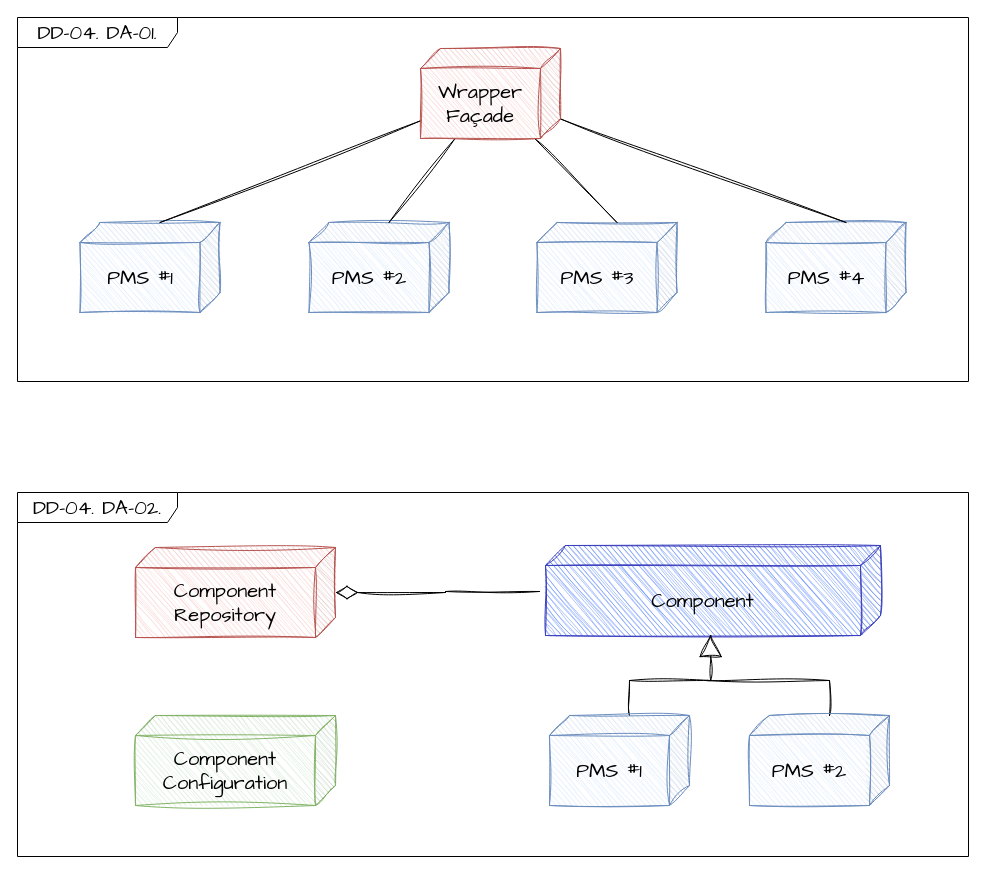
Before: DD/DD-04.drawio in coldmu/aa_exam, a draw.io diagram. Source tidied: cells renumbered, new cells numbered last; positions are measured from the earlier drawing's top-left corner, leaving out a move shared by most shapes. Both pictures are drawn from the tidied source at 100%, with x=0, y=0 at pixel (17, 17).
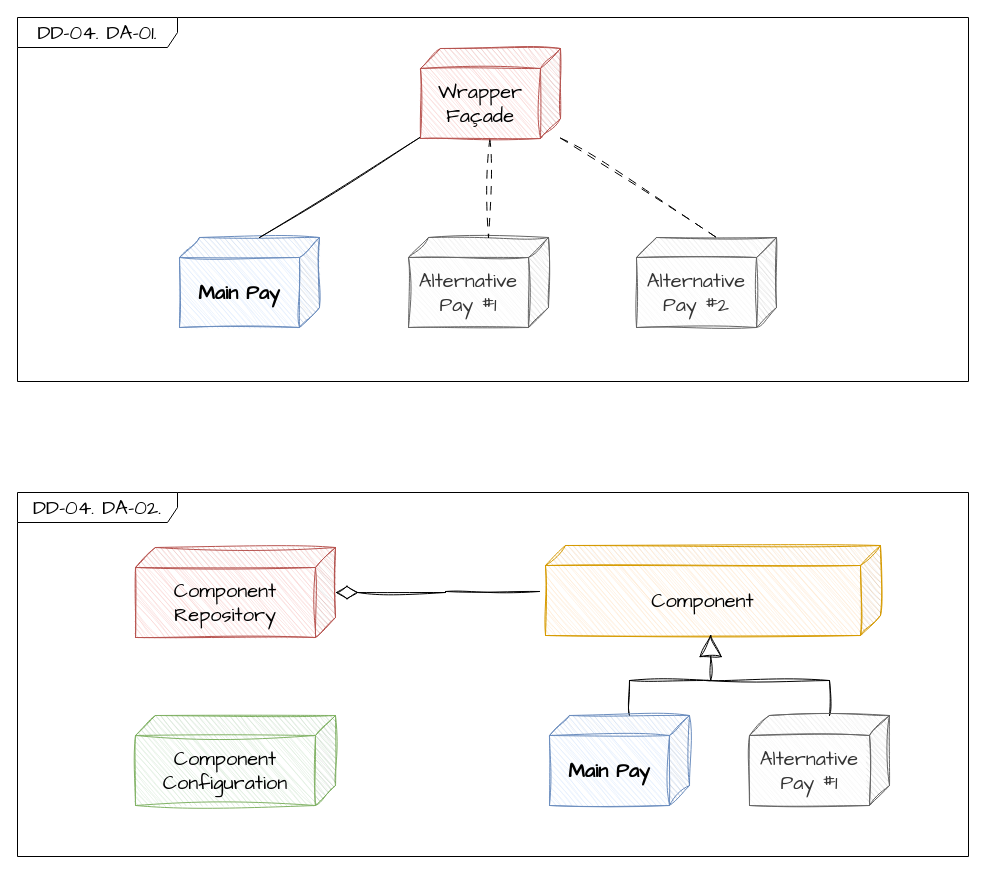
The same diagram, later.

The change refers to these unchanged cells:
```xml
<mxCell id="20" value="Wrapper&lt;br&gt;Façade" style="shape=cube;whiteSpace=wrap;html=1;boundedLbl=1;backgroundOutline=1;darkOpacity=0.05;darkOpacity2=0.1;sketch=1;hachureGap=4;jiggle=2;curveFitting=1;fontFamily=Architects Daughter;fontSize=20;direction=east;flipH=1;fillColor=#f8cecc;strokeColor=#b85450;" parent="1" vertex="1">
  <mxGeometry x="403" y="31" width="140" height="90" as="geometry" />
</mxCell>
```

The edit, as a diff of the source:
```diff
@@
-    <mxCell id="5" value="Component" style="shape=cube;whiteSpace=wrap;html=1;boundedLbl=1;backgroundOutline=1;darkOpacity=0.05;darkOpacity2=0.1;sketch=1;hachureGap=4;jiggle=2;curveFitting=1;fontFamily=Architects Daughter;fontSize=20;direction=east;flipH=1;fillColor=#5B86FC;strokeColor=#3B40BF;fontStyle=0;" parent="1" vertex="1">
+    <mxCell id="5" value="Component" style="shape=cube;whiteSpace=wrap;html=1;boundedLbl=1;backgroundOutline=1;darkOpacity=0.05;darkOpacity2=0.1;sketch=1;hachureGap=4;jiggle=2;curveFitting=1;fontFamily=Architects Daughter;fontSize=20;direction=east;flipH=1;fillColor=#ffe6cc;strokeColor=#d79b00;fontStyle=0;" parent="1" vertex="1">
       <mxGeometry x="528" y="528" width="335" height="90" as="geometry" />
     </mxCell>
@@
-    <mxCell id="7" value="PMS #2" style="shape=cube;whiteSpace=wrap;html=1;boundedLbl=1;backgroundOutline=1;darkOpacity=0.05;darkOpacity2=0.1;sketch=1;hachureGap=4;jiggle=2;curveFitting=1;fontFamily=Architects Daughter;fontSize=20;direction=east;flipH=1;fillColor=#dae8fc;strokeColor=#6c8ebf;" parent="1" vertex="1">
+    <mxCell id="7" value="Alternative&lt;br&gt;Pay #1" style="shape=cube;whiteSpace=wrap;html=1;boundedLbl=1;backgroundOutline=1;darkOpacity=0.05;darkOpacity2=0.1;sketch=1;hachureGap=4;jiggle=2;curveFitting=1;fontFamily=Architects Daughter;fontSize=20;direction=east;flipH=1;fillColor=#f5f5f5;strokeColor=#666666;fontColor=#333333;" parent="1" vertex="1">
       <mxGeometry x="732" y="698" width="140" height="90" as="geometry" />
     </mxCell>
@@
-    <mxCell id="9" value="PMS #1" style="shape=cube;whiteSpace=wrap;html=1;boundedLbl=1;backgroundOutline=1;darkOpacity=0.05;darkOpacity2=0.1;sketch=1;hachureGap=4;jiggle=2;curveFitting=1;fontFamily=Architects Daughter;fontSize=20;direction=east;flipH=1;fillColor=#dae8fc;strokeColor=#6c8ebf;" parent="1" vertex="1">
+    <mxCell id="9" value="Main Pay" style="shape=cube;whiteSpace=wrap;html=1;boundedLbl=1;backgroundOutline=1;darkOpacity=0.05;darkOpacity2=0.1;sketch=1;hachureGap=4;jiggle=2;curveFitting=1;fontFamily=Architects Daughter;fontSize=20;direction=east;flipH=1;fillColor=#dae8fc;strokeColor=#6c8ebf;fontStyle=1;" parent="1" vertex="1">
       <mxGeometry x="532" y="698" width="140" height="90" as="geometry" />
     </mxCell>
@@
-    <mxCell id="12" value="PMS #3" style="shape=cube;whiteSpace=wrap;html=1;boundedLbl=1;backgroundOutline=1;darkOpacity=0.05;darkOpacity2=0.1;sketch=1;hachureGap=4;jiggle=2;curveFitting=1;fontFamily=Architects Daughter;fontSize=20;direction=east;flipH=1;fillColor=#dae8fc;strokeColor=#6c8ebf;" parent="1" vertex="1">
-      <mxGeometry x="519.5" y="205" width="140" height="90" as="geometry" />
+    <mxCell id="12" value="Alternative&lt;br style=&quot;border-color: var(--border-color);&quot;&gt;Pay #2" style="shape=cube;whiteSpace=wrap;html=1;boundedLbl=1;backgroundOutline=1;darkOpacity=0.05;darkOpacity2=0.1;sketch=1;hachureGap=4;jiggle=2;curveFitting=1;fontFamily=Architects Daughter;fontSize=20;direction=east;flipH=1;fillColor=#f5f5f5;strokeColor=#666666;fontColor=#333333;" parent="1" vertex="1">
+      <mxGeometry x="619" y="220" width="140" height="90" as="geometry" />
     </mxCell>
-    <mxCell id="13" value="PMS #1" style="shape=cube;whiteSpace=wrap;html=1;boundedLbl=1;backgroundOutline=1;darkOpacity=0.05;darkOpacity2=0.1;sketch=1;hachureGap=4;jiggle=2;curveFitting=1;fontFamily=Architects Daughter;fontSize=20;direction=east;flipH=1;fillColor=#dae8fc;strokeColor=#6c8ebf;" parent="1" vertex="1">
-      <mxGeometry x="62.5" y="205" width="140" height="90" as="geometry" />
+    <mxCell id="13" value="Main Pay" style="shape=cube;whiteSpace=wrap;html=1;boundedLbl=1;backgroundOutline=1;darkOpacity=0.05;darkOpacity2=0.1;sketch=1;hachureGap=4;jiggle=2;curveFitting=1;fontFamily=Architects Daughter;fontSize=20;direction=east;flipH=1;fillColor=#dae8fc;strokeColor=#6c8ebf;fontStyle=1;" parent="1" vertex="1">
+      <mxGeometry x="162" y="220" width="140" height="90" as="geometry" />
     </mxCell>
-    <mxCell id="14" value="PMS #4" style="shape=cube;whiteSpace=wrap;html=1;boundedLbl=1;backgroundOutline=1;darkOpacity=0.05;darkOpacity2=0.1;sketch=1;hachureGap=4;jiggle=2;curveFitting=1;fontFamily=Architects Daughter;fontSize=20;direction=east;flipH=1;fillColor=#dae8fc;strokeColor=#6c8ebf;" parent="1" vertex="1">
-      <mxGeometry x="748.5" y="205" width="140" height="90" as="geometry" />
-    </mxCell>
-    <mxCell id="15" value="PMS #2" style="shape=cube;whiteSpace=wrap;html=1;boundedLbl=1;backgroundOutline=1;darkOpacity=0.05;darkOpacity2=0.1;sketch=1;hachureGap=4;jiggle=2;curveFitting=1;fontFamily=Architects Daughter;fontSize=20;direction=east;flipH=1;fillColor=#dae8fc;strokeColor=#6c8ebf;" parent="1" vertex="1">
-      <mxGeometry x="291.5" y="205" width="140" height="90" as="geometry" />
+    <mxCell id="15" value="Alternative&lt;br&gt;Pay #1" style="shape=cube;whiteSpace=wrap;html=1;boundedLbl=1;backgroundOutline=1;darkOpacity=0.05;darkOpacity2=0.1;sketch=1;hachureGap=4;jiggle=2;curveFitting=1;fontFamily=Architects Daughter;fontSize=20;direction=east;flipH=1;fillColor=#f5f5f5;strokeColor=#666666;fontColor=#333333;" parent="1" vertex="1">
+      <mxGeometry x="391" y="220" width="140" height="90" as="geometry" />
     </mxCell>
@@
-    <mxCell id="17" style="edgeStyle=none;shape=connector;rounded=0;sketch=1;hachureGap=4;jiggle=2;curveFitting=1;jettySize=auto;html=1;entryX=0;entryY=0;entryDx=60;entryDy=0;entryPerimeter=0;labelBackgroundColor=default;strokeColor=default;fontFamily=Architects Daughter;fontSize=16;fontColor=default;endArrow=none;endFill=0;" parent="1" edge="1" source="20" target="15">
+    <mxCell id="17" style="edgeStyle=none;shape=connector;rounded=0;sketch=1;hachureGap=4;jiggle=2;curveFitting=1;jettySize=auto;html=1;entryX=0;entryY=0;entryDx=60;entryDy=0;entryPerimeter=0;labelBackgroundColor=default;strokeColor=default;fontFamily=Architects Daughter;fontSize=16;fontColor=default;endArrow=none;endFill=0;dashed=1;dashPattern=8 8;" parent="1" edge="1" source="20" target="15">
       <mxGeometry relative="1" as="geometry" />
     </mxCell>
-    <mxCell id="18" style="edgeStyle=none;shape=connector;rounded=0;sketch=1;hachureGap=4;jiggle=2;curveFitting=1;jettySize=auto;html=1;entryX=0;entryY=0;entryDx=60;entryDy=0;entryPerimeter=0;labelBackgroundColor=default;strokeColor=default;fontFamily=Architects Daughter;fontSize=16;fontColor=default;endArrow=none;endFill=0;" parent="1" edge="1" source="20" target="12">
+    <mxCell id="18" style="edgeStyle=none;shape=connector;rounded=0;sketch=1;hachureGap=4;jiggle=2;curveFitting=1;jettySize=auto;html=1;entryX=0;entryY=0;entryDx=60;entryDy=0;entryPerimeter=0;labelBackgroundColor=default;strokeColor=default;fontFamily=Architects Daughter;fontSize=16;fontColor=default;endArrow=none;endFill=0;dashed=1;dashPattern=8 8;" parent="1" edge="1" source="20" target="12">
       <mxGeometry relative="1" as="geometry" />
     </mxCell>
-    <mxCell id="19" style="edgeStyle=none;shape=connector;rounded=0;sketch=1;hachureGap=4;jiggle=2;curveFitting=1;jettySize=auto;html=1;entryX=0;entryY=0;entryDx=60;entryDy=0;entryPerimeter=0;labelBackgroundColor=default;strokeColor=default;fontFamily=Architects Daughter;fontSize=16;fontColor=default;endArrow=none;endFill=0;" parent="1" edge="1" source="20" target="14">
-      <mxGeometry relative="1" as="geometry" />
-    </mxCell>
```
